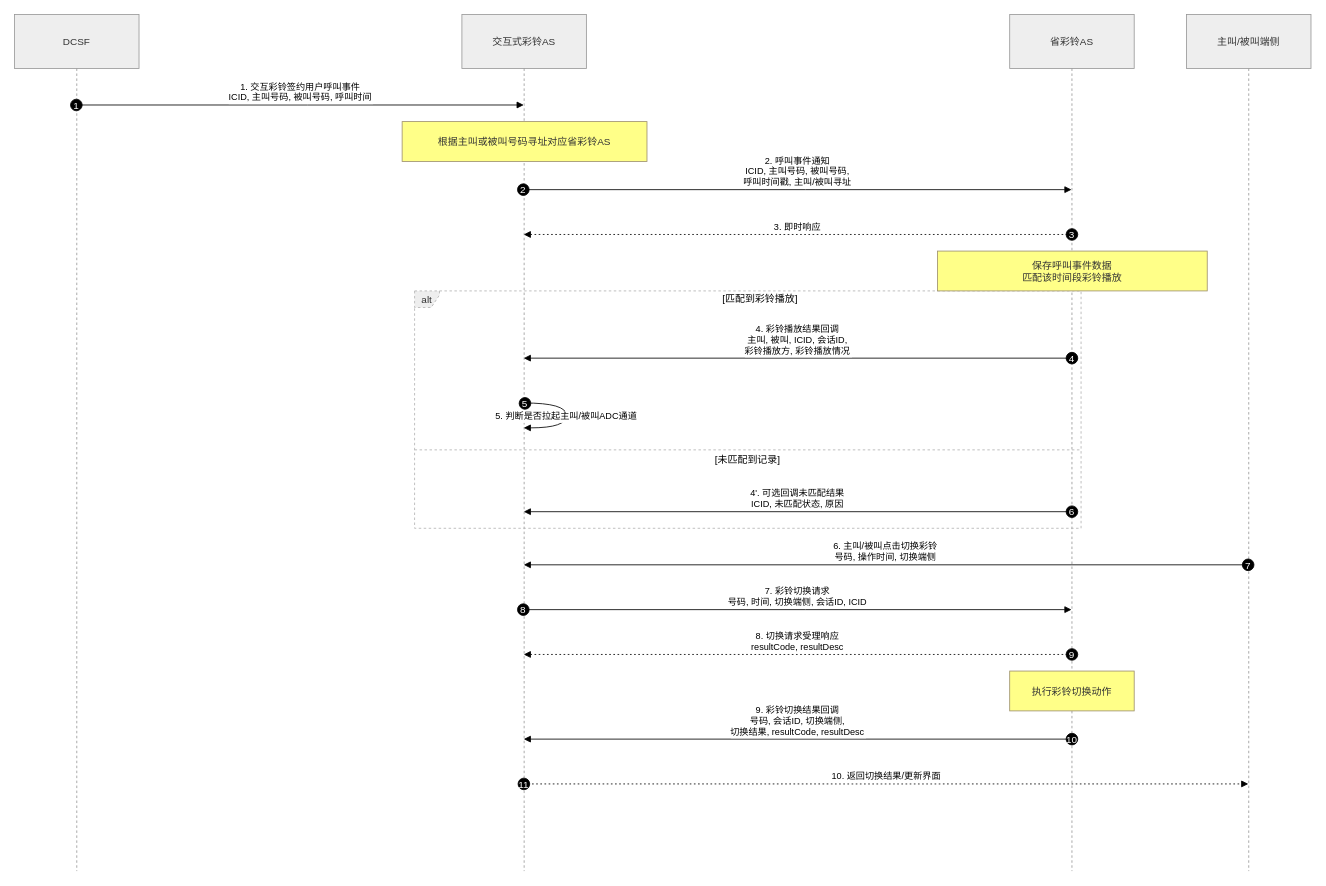
Earlier version of the draw.io diagram irbt.drawio (laocang/drawio). Source tidied: cells renumbered, new cells numbered last; positions are measured from the earlier drawing's top-left corner, leaving out a move shared by most shapes. Both pictures are drawn from the tidied source at 83%, with x=0, y=0 at pixel (14, 14).
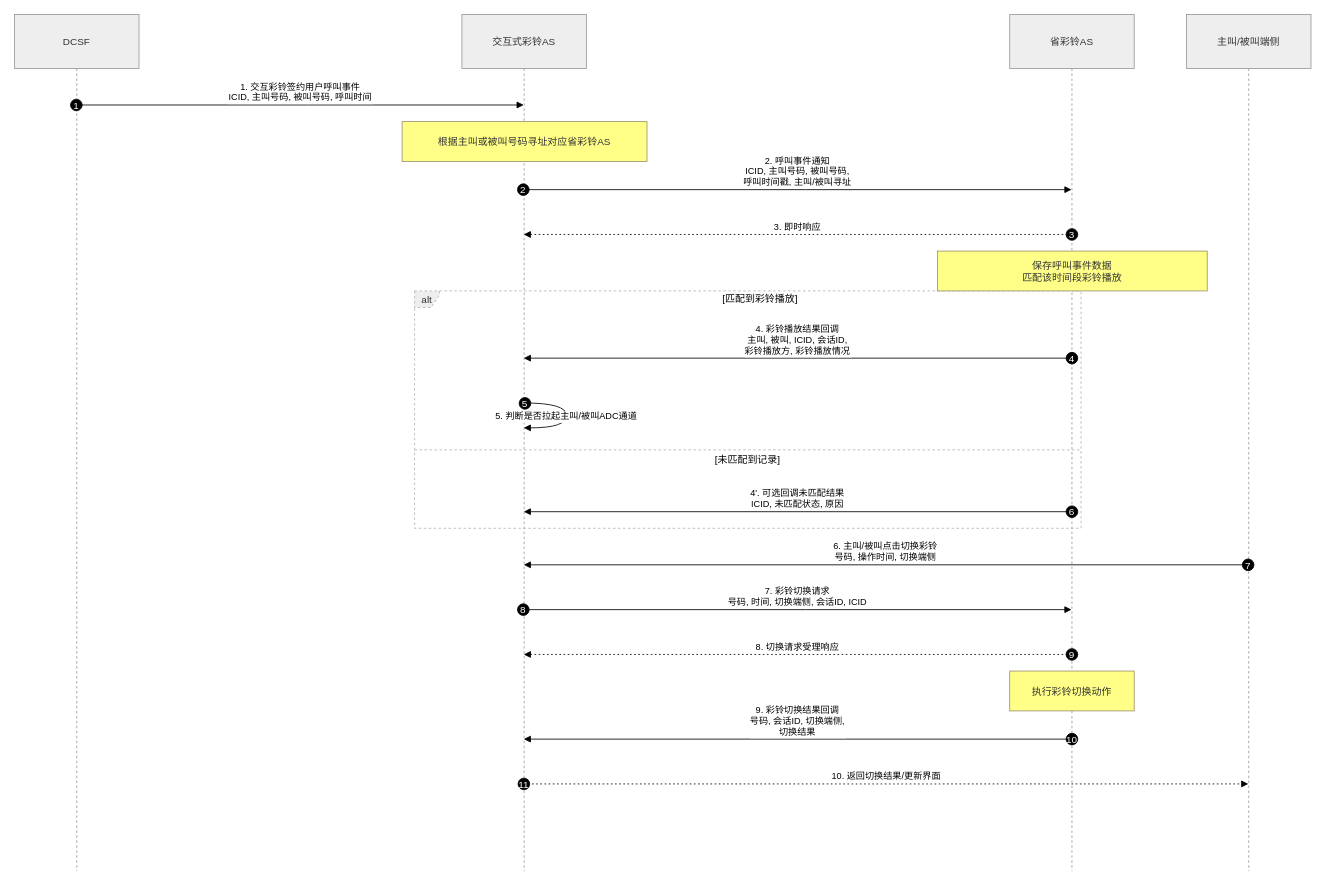
The same page after the edit.

The change refers to these unchanged cells:
```xml
<mxCell id="3" value="交互式彩铃AS" style="shape=umlLifeline;perimeter=lifelinePerimeter;whiteSpace=wrap;outlineConnect=0;portConstraint=eastwest;newEdgeStyle={&quot;edgeStyle&quot;:&quot;elbowEdgeStyle&quot;,&quot;elbow&quot;:&quot;vertical&quot;,&quot;curved&quot;:0,&quot;rounded&quot;:0};size=65;fillColor=light-dark(#eeeeee,#1f2020);strokeColor=light-dark(#999999,#cccccc);fontColor=light-dark(#333333,#cccccc);" parent="1" vertex="1">
  <mxGeometry x="539" width="150" height="1032" as="geometry" />
</mxCell>
<mxCell id="4" value="省彩铃AS" style="shape=umlLifeline;perimeter=lifelinePerimeter;whiteSpace=wrap;outlineConnect=0;portConstraint=eastwest;newEdgeStyle={&quot;edgeStyle&quot;:&quot;elbowEdgeStyle&quot;,&quot;elbow&quot;:&quot;vertical&quot;,&quot;curved&quot;:0,&quot;rounded&quot;:0};size=65;fillColor=light-dark(#eeeeee,#1f2020);strokeColor=light-dark(#999999,#cccccc);fontColor=light-dark(#333333,#cccccc);" parent="1" vertex="1">
  <mxGeometry x="1199" width="150" height="1032" as="geometry" />
</mxCell>
```

Diff of the diagram source:
```diff
@@
-    <mxCell id="25" value="8. 切换请求受理响应&#10;resultCode, resultDesc" style="verticalAlign=bottom;edgeStyle=elbowEdgeStyle;elbow=vertical;curved=0;rounded=0;dashed=1;dashPattern=2 3;endArrow=block;" parent="1" edge="1" source="4" target="3">
+    <mxCell id="25" value="8. 切换请求受理响应" style="verticalAlign=bottom;edgeStyle=elbowEdgeStyle;elbow=vertical;curved=0;rounded=0;dashed=1;dashPattern=2 3;endArrow=block;" parent="1" edge="1" source="4" target="3">
       <mxGeometry relative="1" as="geometry">
         <Array as="points">
           <mxPoint x="956" y="771" />
         </Array>
       </mxGeometry>
     </mxCell>
@@
-    <mxCell id="27" value="9. 彩铃切换结果回调&#10;号码, 会话ID, 切换端侧,&#10;切换结果, resultCode, resultDesc" style="verticalAlign=bottom;edgeStyle=elbowEdgeStyle;elbow=vertical;curved=0;rounded=0;endArrow=block;" parent="1" edge="1" source="4" target="3">
+    <mxCell id="27" value="9. 彩铃切换结果回调&#10;号码, 会话ID, 切换端侧,&#10;切换结果" style="verticalAlign=bottom;edgeStyle=elbowEdgeStyle;elbow=vertical;curved=0;rounded=0;endArrow=block;" parent="1" edge="1" source="4" target="3">
       <mxGeometry relative="1" as="geometry">
         <Array as="points">
           <mxPoint x="956" y="873" />
         </Array>
       </mxGeometry>
     </mxCell>
```
